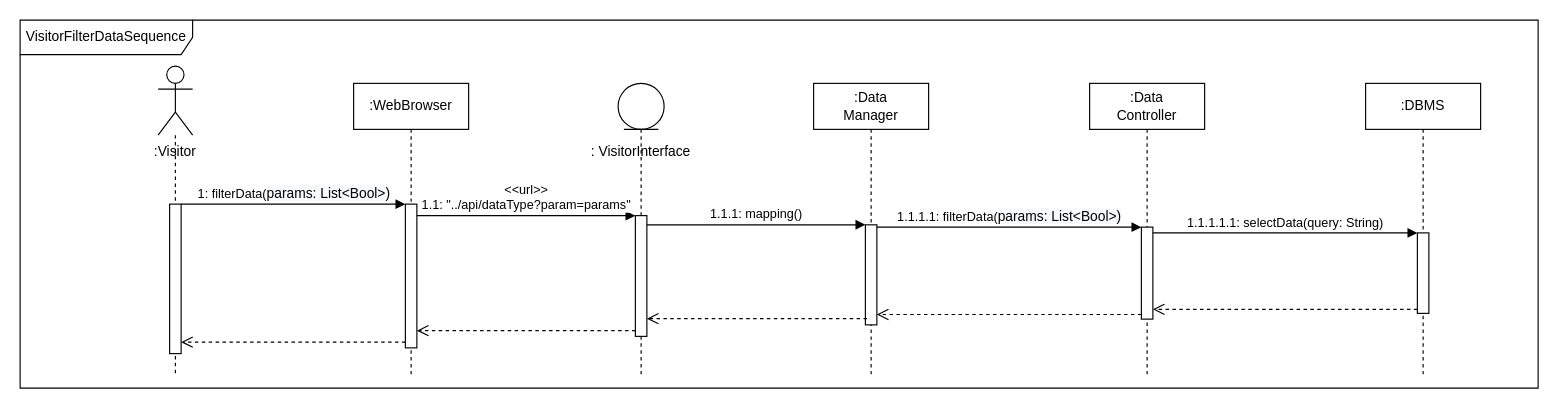
Before: page "VisitorFilterData" (16 of 18) of DD Diagrams/RunTimeViewDiagram.drawio in matteovisotto/SE2-CecchettoSirianiVisotto, a draw.io diagram. Source tidied: cells renumbered, new cells numbered last; positions are measured from the earlier drawing's top-left corner, leaving out a move shared by most shapes. Both pictures are drawn from the tidied source at 115%, with x=0, y=0 at pixel (20, 20).
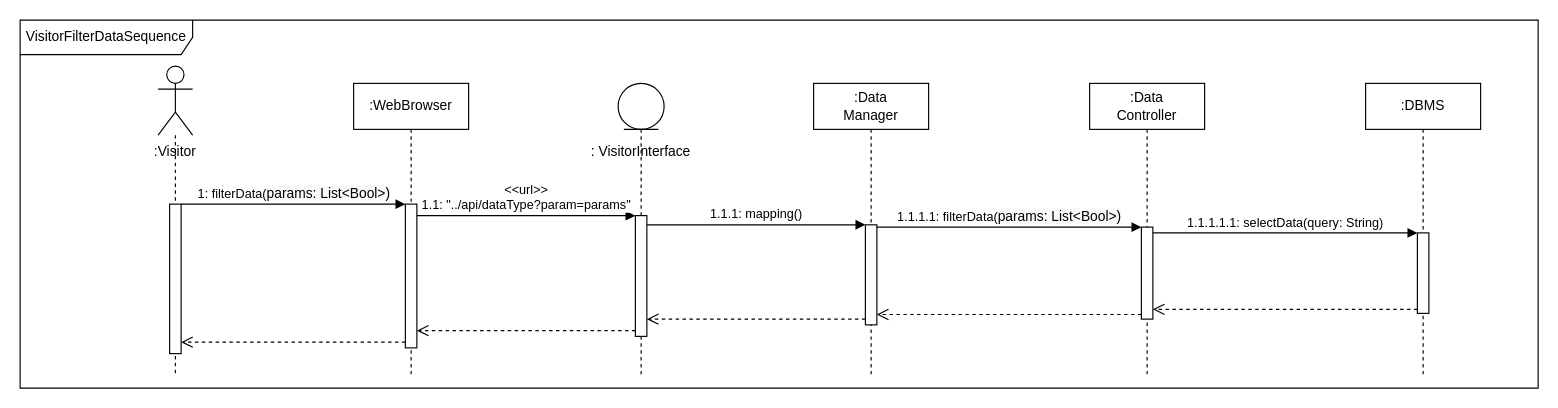
After the change.

The change refers to these unchanged cells:
```xml
<mxCell id="8" style="html=1;points=[];perimeter=orthogonalPerimeter;" parent="7" vertex="1">
  <mxGeometry x="45" y="123" width="10" height="87" as="geometry" />
</mxCell>
<mxCell id="10" style="html=1;points=[];perimeter=orthogonalPerimeter;" parent="9" vertex="1">
  <mxGeometry x="15" y="115" width="10" height="105" as="geometry" />
</mxCell>
```

What changed in the source:
```diff
@@
-    <mxCell id="22" style="html=1;verticalAlign=bottom;endArrow=open;dashed=1;endSize=8;exitX=0.141;exitY=0.938;rounded=0;exitDx=0;exitDy=0;exitPerimeter=0;" parent="1" edge="1" source="8" target="10">
-      <mxGeometry relative="1" as="geometry" />
+    <mxCell id="22" style="html=1;verticalAlign=bottom;endArrow=open;dashed=1;endSize=8;rounded=0;" parent="1" edge="1" source="8" target="10">
+      <mxGeometry relative="1" as="geometry">
+        <Array as="points">
+          <mxPoint x="590" y="260" />
+        </Array>
+      </mxGeometry>
     </mxCell>
```
